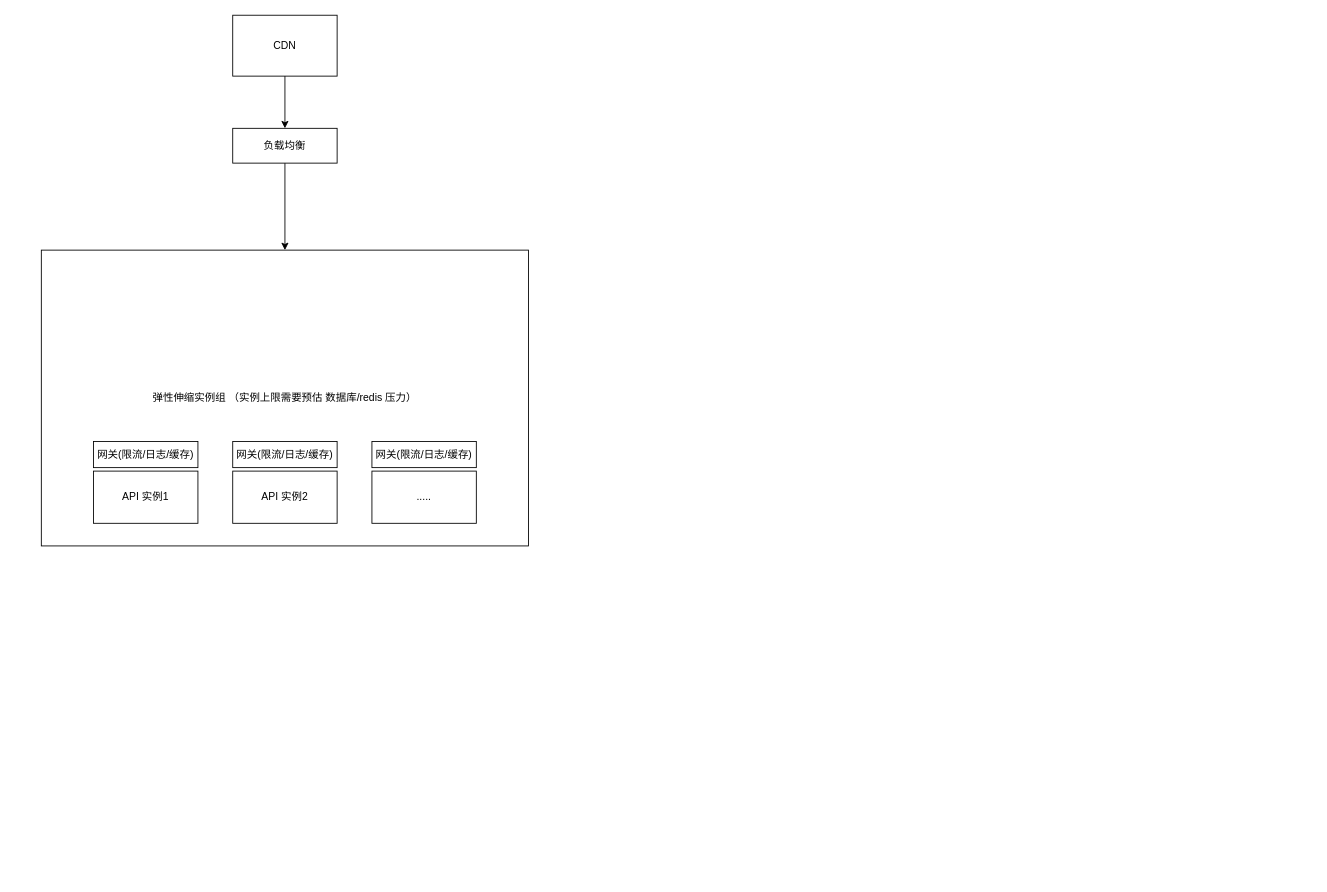
This is Untitled Diagram.drawio from hooklife/aaa, a draw.io file, before an edit. Source tidied: cells renumbered, new cells numbered last; positions are measured from the earlier drawing's top-left corner, leaving out a move shared by most shapes. Both pictures are drawn from the tidied source at 87%, with x=0, y=0 at pixel (41, 15).
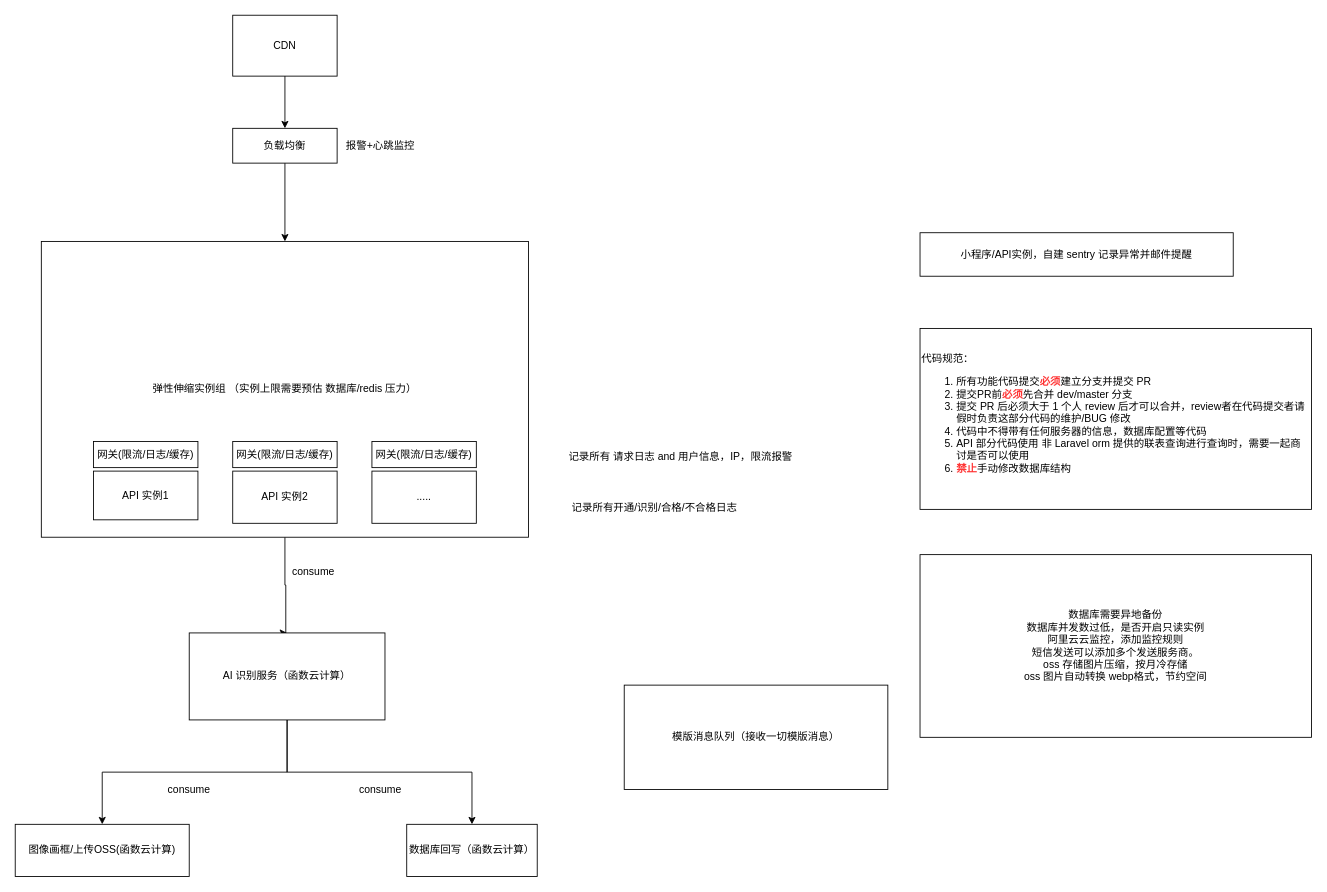
After the change.

The edit, as a diff of the source:
```diff
@@
+    <mxCell id="13" style="edgeStyle=orthogonalEdgeStyle;rounded=0;jettySize=auto;html=1;entryX=0.5;entryY=0;entryDx=0;entryDy=0;" parent="1" edge="1" source="6" target="16">
+      <mxGeometry relative="1" as="geometry">
+        <Array as="points">
+          <mxPoint x="280" y="655" />
+          <mxPoint x="281" y="655" />
+        </Array>
+      </mxGeometry>
+    </mxCell>
     <mxCell id="6" value="弹性伸缩实例组 （实例上限需要预估 数据库/redis 压力）" style="rounded=0;whiteSpace=wrap;html=1;align=center;" parent="1" vertex="1">
-      <mxGeometry y="270" width="560" height="340" as="geometry" />
+      <mxGeometry y="260" width="560" height="340" as="geometry" />
     </mxCell>
     <mxCell id="7" value="API 实例1" style="rounded=0;whiteSpace=wrap;html=1;" parent="1" vertex="1">
-      <mxGeometry x="60" y="524" width="120" height="60" as="geometry" />
+      <mxGeometry x="60" y="524" width="120" height="56" as="geometry" />
     </mxCell>
@@
+    <mxCell id="14" style="edgeStyle=orthogonalEdgeStyle;rounded=0;jettySize=auto;html=1;" parent="1" edge="1" source="16" target="17">
+      <mxGeometry relative="1" as="geometry" />
+    </mxCell>
+    <mxCell id="15" style="edgeStyle=orthogonalEdgeStyle;rounded=0;jettySize=auto;html=1;exitX=0.5;exitY=1;exitDx=0;exitDy=0;" parent="1" edge="1" source="16" target="21">
+      <mxGeometry relative="1" as="geometry" />
+    </mxCell>
+    <mxCell id="16" value="AI 识别服务（函数云计算）" style="rounded=0;whiteSpace=wrap;html=1;" parent="1" vertex="1">
+      <mxGeometry x="170" y="710" width="225" height="100" as="geometry" />
+    </mxCell>
+    <mxCell id="17" value="图像画框/上传OSS(函数云计算)" style="rounded=0;whiteSpace=wrap;html=1;" parent="1" vertex="1">
+      <mxGeometry x="-30" y="930" width="200" height="60" as="geometry" />
+    </mxCell>
+    <mxCell id="18" value="consume" style="text;html=1;strokeColor=none;fillColor=none;align=center;verticalAlign=middle;whiteSpace=wrap;rounded=0;" parent="1" vertex="1">
+      <mxGeometry x="150" y="880" width="40" height="20" as="geometry" />
+    </mxCell>
+    <mxCell id="19" value="consume" style="text;html=1;strokeColor=none;fillColor=none;align=center;verticalAlign=middle;whiteSpace=wrap;rounded=0;" parent="1" vertex="1">
+      <mxGeometry x="293" y="630" width="40" height="20" as="geometry" />
+    </mxCell>
+    <mxCell id="20" value="模版消息队列（接收一切模版消息）" style="rounded=0;whiteSpace=wrap;html=1;" parent="1" vertex="1">
+      <mxGeometry x="670" y="770" width="303" height="120" as="geometry" />
+    </mxCell>
+    <mxCell id="21" value="数据库回写（函数云计算）" style="rounded=0;whiteSpace=wrap;html=1;" parent="1" vertex="1">
+      <mxGeometry x="420" y="930" width="150" height="60" as="geometry" />
+    </mxCell>
+    <mxCell id="22" value="consume" style="text;html=1;strokeColor=none;fillColor=none;align=center;verticalAlign=middle;whiteSpace=wrap;rounded=0;" parent="1" vertex="1">
+      <mxGeometry x="370" y="880" width="40" height="20" as="geometry" />
+    </mxCell>
+    <mxCell id="23" value="报警+心跳监控" style="text;html=1;strokeColor=none;fillColor=none;align=center;verticalAlign=middle;whiteSpace=wrap;rounded=0;" parent="1" vertex="1">
+      <mxGeometry x="325" y="140" width="130" height="20" as="geometry" />
+    </mxCell>
+    <mxCell id="24" value="记录所有 请求日志 and 用户信息，IP，限流报警" style="text;html=1;strokeColor=none;fillColor=none;align=center;verticalAlign=middle;whiteSpace=wrap;rounded=0;" parent="1" vertex="1">
+      <mxGeometry x="540" y="495" width="390" height="25" as="geometry" />
+    </mxCell>
+    <mxCell id="25" value="记录所有开通/识别/合格/不合格日志" style="text;html=1;strokeColor=none;fillColor=none;align=center;verticalAlign=middle;whiteSpace=wrap;rounded=0;" parent="1" vertex="1">
+      <mxGeometry x="570" y="552" width="270" height="28" as="geometry" />
+    </mxCell>
+    <mxCell id="26" value="小程序/API实例，自建 sentry 记录异常并邮件提醒" style="rounded=0;whiteSpace=wrap;html=1;" parent="1" vertex="1">
+      <mxGeometry x="1010" y="250" width="360" height="50" as="geometry" />
+    </mxCell>
+    <mxCell id="27" value="代码规范：&lt;br&gt;&lt;ol&gt;&lt;li&gt;所有功能代码提交&lt;font color=&quot;#ff3333&quot;&gt;&lt;b&gt;必须&lt;/b&gt;&lt;/font&gt;建立分支并提交 PR&lt;/li&gt;&lt;li&gt;提交PR前&lt;font color=&quot;#ff3333&quot;&gt;&lt;b&gt;必须&lt;/b&gt;&lt;/font&gt;先合并 dev/master 分支&lt;/li&gt;&lt;li&gt;提交 PR 后必须大于 1 个人 review 后才可以合并，review者在代码提交者请假时负责这部分代码的维护/BUG 修改&lt;/li&gt;&lt;li&gt;代码中不得带有任何服务器的信息，数据库配置等代码&lt;/li&gt;&lt;li&gt;API 部分代码使用 非 Laravel orm 提供的联表查询进行查询时，需要一起商讨是否可以使用&lt;/li&gt;&lt;li&gt;&lt;b&gt;&lt;font color=&quot;#ff3333&quot;&gt;禁止&lt;/font&gt;&lt;/b&gt;手动修改数据库结构&lt;/li&gt;&lt;/ol&gt;" style="rounded=0;whiteSpace=wrap;html=1;align=left;" parent="1" vertex="1">
+      <mxGeometry x="1010" y="360" width="450" height="208" as="geometry" />
+    </mxCell>
+    <mxCell id="28" value="数据库需要异地备份&lt;br&gt;数据库并发数过低，是否开启只读实例&lt;br&gt;阿里云云监控，添加监控规则&lt;br&gt;短信发送可以添加多个发送服务商。&lt;br&gt;oss 存储图片压缩，按月冷存储&lt;br&gt;oss 图片自动转换 webp格式，节约空间" style="rounded=0;whiteSpace=wrap;html=1;" parent="1" vertex="1">
+      <mxGeometry x="1010" y="620" width="450" height="210" as="geometry" />
+    </mxCell>
```
